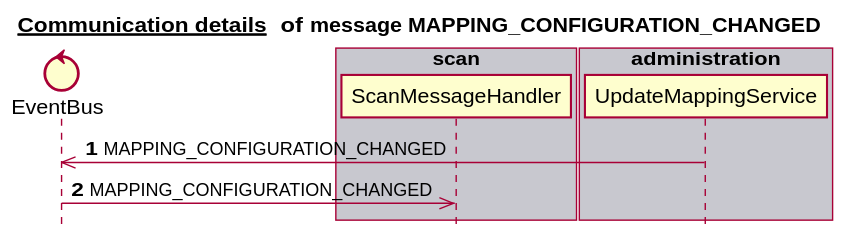
Earlier version of the PlantUML export docs/latest/images/gen_domain_messaging_mapping_configuration_changed.svg (mercedes-benz/sechub).
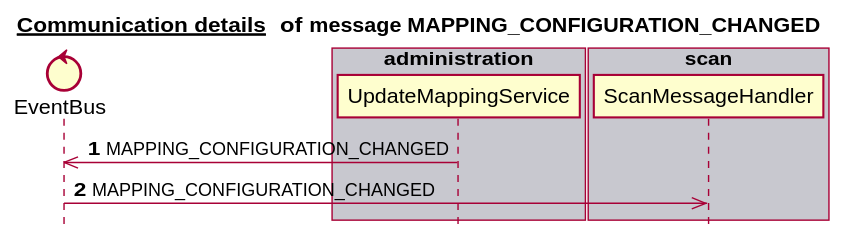
After the change.

Diff of the diagram source:
```diff
@@ -6,17 +6,17 @@
 
 
 control EventBus
-box "scan" #C8C8CF
-   participant ScanMessageHandler
+box "notification" #C8C8CF
 end box
 box "authorization" #F8F8FF
 end box
 box "administration" #C8C8CF
    participant UpdateMappingService
 end box
-box "notification" #F8F8FF
+box "schedule" #F8F8FF
 end box
-box "schedule" #C8C8CF
+box "scan" #C8C8CF
+   participant ScanMessageHandler
 end box
 autonumber 1
 UpdateMappingService ->> EventBus:MAPPING_CONFIGURATION_CHANGED
```
